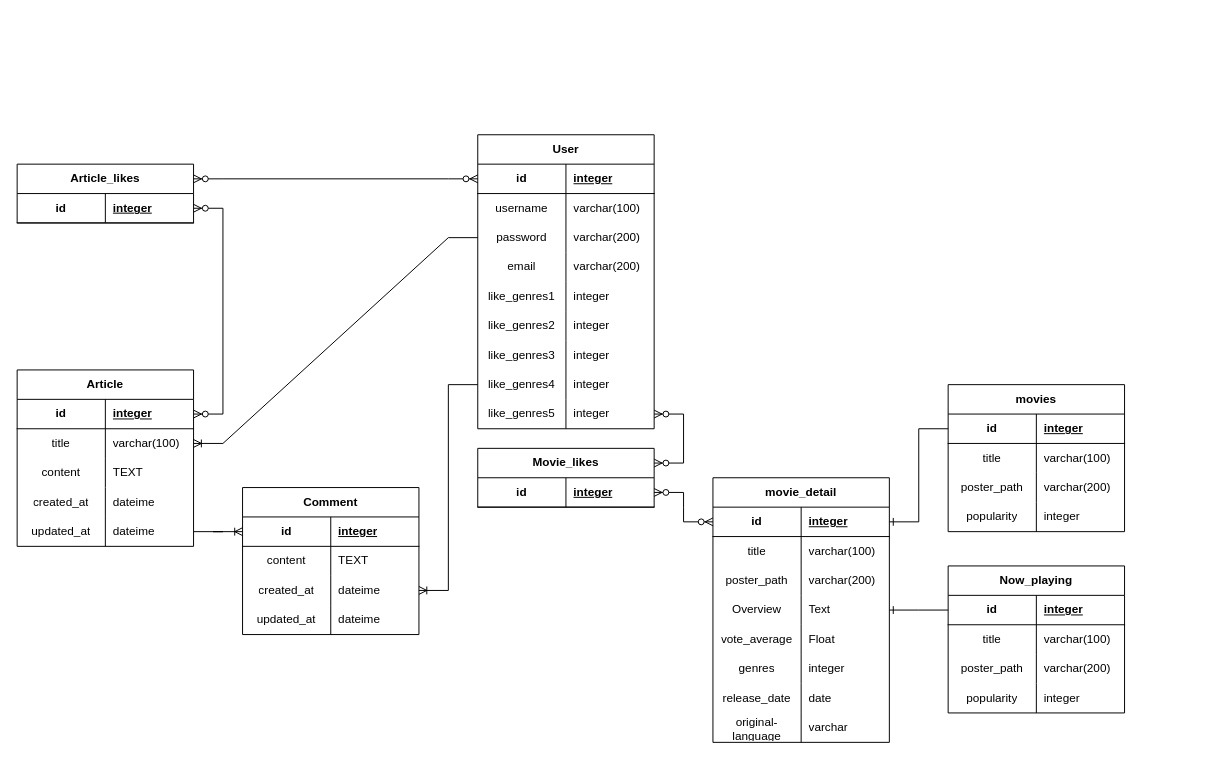
Above: 123.drawio in a184562/FinalProject (draw.io), before the change. Source tidied: cells renumbered, new cells numbered last; positions are measured from the earlier drawing's top-left corner, leaving out a move shared by most shapes. Both pictures are drawn from the tidied source at 98%, with x=0, y=0 at pixel (17, 134).
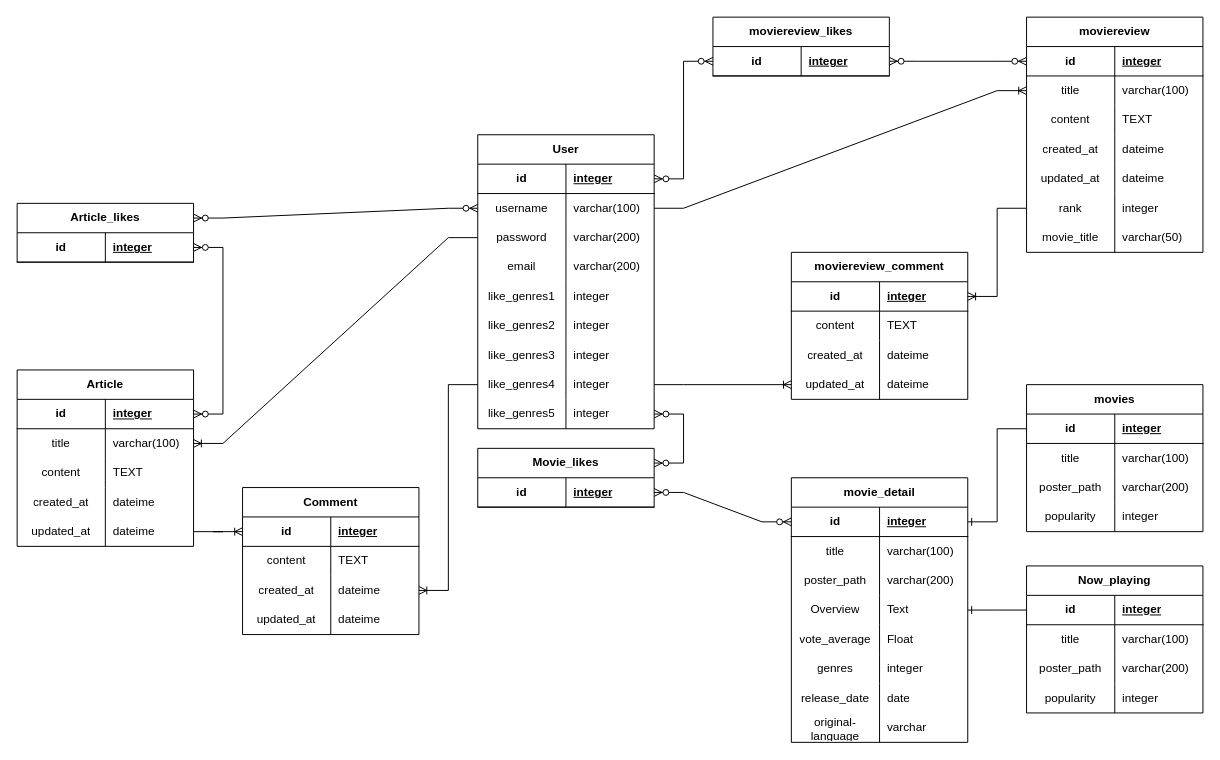
Above is the later version.

Unchanged cells that the change refers to:
```xml
<mxCell id="42" style="shape=tableRow;horizontal=0;startSize=0;swimlaneHead=0;swimlaneBody=0;fillColor=none;points=[[0,0.5],[1,0.5]];portConstraint=eastwest;top=0;left=0;right=0;bottom=1;html=1;strokeColor=default;fontFamily=Helvetica;fontSize=12;fontColor=default;" parent="41" vertex="1">
  <mxGeometry y="30" width="180" height="30" as="geometry" />
</mxCell>
<mxCell id="45" style="shape=tableRow;horizontal=0;startSize=0;swimlaneHead=0;swimlaneBody=0;fillColor=none;points=[[0,0.5],[1,0.5]];portConstraint=eastwest;top=0;left=0;right=0;bottom=0;html=1;strokeColor=default;fontFamily=Helvetica;fontSize=12;fontColor=default;" parent="41" vertex="1">
  <mxGeometry y="60" width="180" height="30" as="geometry" />
</mxCell>
<mxCell id="63" style="shape=tableRow;horizontal=0;startSize=0;swimlaneHead=0;swimlaneBody=0;fillColor=none;points=[[0,0.5],[1,0.5]];portConstraint=eastwest;top=0;left=0;right=0;bottom=0;html=1;strokeColor=default;fontFamily=Helvetica;fontSize=12;fontColor=default;" parent="41" vertex="1">
  <mxGeometry y="240" width="180" height="30" as="geometry" />
</mxCell>
```

What changed in the source:
```diff
@@
     <mxCell id="2" value="movies" style="shape=table;startSize=30;childLayout=tableLayout;rowLines=0;fontStyle=1;align=center;html=1;whiteSpace=wrap;strokeColor=default;fontFamily=Helvetica;fontSize=12;fontColor=default;fillColor=default;" parent="1" vertex="1">
-      <mxGeometry x="950" y="255" width="180" height="150" as="geometry" />
+      <mxGeometry x="1030" y="255" width="180" height="150" as="geometry" />
     </mxCell>
@@
     <mxCell id="15" value="movie_detail" style="shape=table;startSize=30;childLayout=tableLayout;rowLines=0;fontStyle=1;align=center;html=1;whiteSpace=wrap;strokeColor=default;fontFamily=Helvetica;fontSize=12;fontColor=default;fillColor=default;" parent="1" vertex="1">
-      <mxGeometry x="710" y="350" width="180" height="270" as="geometry" />
+      <mxGeometry x="790" y="350" width="180" height="270" as="geometry" />
     </mxCell>
@@
     <mxCell id="83" value="Article_likes" style="shape=table;startSize=30;childLayout=tableLayout;rowLines=0;fontStyle=1;align=center;html=1;whiteSpace=wrap;strokeColor=default;fontFamily=Helvetica;fontSize=12;fontColor=default;fillColor=default;" parent="1" vertex="1">
-      <mxGeometry y="30" width="180" height="60" as="geometry" />
+      <mxGeometry y="70" width="180" height="60" as="geometry" />
     </mxCell>
@@
     <mxCell id="92" value="Now_playing" style="shape=table;startSize=30;childLayout=tableLayout;rowLines=0;fontStyle=1;align=center;html=1;whiteSpace=wrap;strokeColor=default;fontFamily=Helvetica;fontSize=12;fontColor=default;fillColor=default;" parent="1" vertex="1">
-      <mxGeometry x="950" y="440" width="180" height="150" as="geometry" />
+      <mxGeometry x="1030" y="440" width="180" height="150" as="geometry" />
     </mxCell>
@@
-    <mxCell id="125" style="edgeStyle=entityRelationEdgeStyle;fontSize=12;html=1;endArrow=ERzeroToMany;endFill=1;startArrow=ERzeroToMany;rounded=0;labelBackgroundColor=default;strokeColor=default;fontFamily=Helvetica;fontColor=default;startSize=6;shape=connector;exitX=1;exitY=0.25;exitDx=0;exitDy=0;entryX=0;entryY=0.5;entryDx=0;entryDy=0;" parent="1" edge="1" source="83" target="42">
+    <mxCell id="125" style="edgeStyle=entityRelationEdgeStyle;fontSize=12;html=1;endArrow=ERzeroToMany;endFill=1;startArrow=ERzeroToMany;rounded=0;labelBackgroundColor=default;strokeColor=default;fontFamily=Helvetica;fontColor=default;startSize=6;shape=connector;exitX=1;exitY=0.25;exitDx=0;exitDy=0;entryX=0;entryY=0.5;entryDx=0;entryDy=0;" parent="1" edge="1" source="83" target="45">
       <mxGeometry relative="1" as="geometry" />
     </mxCell>
@@
+    <mxCell id="127" value="moviereview" style="shape=table;startSize=30;childLayout=tableLayout;rowLines=0;fontStyle=1;align=center;html=1;whiteSpace=wrap;strokeColor=default;fontFamily=Helvetica;fontSize=12;fontColor=default;fillColor=default;" parent="1" vertex="1">
+      <mxGeometry x="1030" y="-120" width="180" height="240" as="geometry" />
+    </mxCell>
+    <mxCell id="128" style="shape=tableRow;horizontal=0;startSize=0;swimlaneHead=0;swimlaneBody=0;fillColor=none;points=[[0,0.5],[1,0.5]];portConstraint=eastwest;top=0;left=0;right=0;bottom=1;html=1;strokeColor=default;fontFamily=Helvetica;fontSize=12;fontColor=default;" parent="127" vertex="1">
+      <mxGeometry y="30" width="180" height="30" as="geometry" />
+    </mxCell>
+    <mxCell id="129" value="id&lt;br&gt;" style="shape=partialRectangle;fillColor=none;top=0;left=0;bottom=0;right=0;fontStyle=1;overflow=hidden;html=1;whiteSpace=wrap;strokeColor=default;fontFamily=Helvetica;fontSize=12;fontColor=default;startSize=30;" parent="128" vertex="1">
+      <mxGeometry width="90" height="30" as="geometry" />
+    </mxCell>
+    <mxCell id="130" value="integer" style="shape=partialRectangle;fillColor=none;top=0;left=0;bottom=0;right=0;align=left;spacingLeft=6;fontStyle=5;overflow=hidden;html=1;whiteSpace=wrap;strokeColor=default;fontFamily=Helvetica;fontSize=12;fontColor=default;startSize=30;" parent="128" vertex="1">
+      <mxGeometry x="90" width="90" height="30" as="geometry" />
+    </mxCell>
+    <mxCell id="131" style="shape=tableRow;horizontal=0;startSize=0;swimlaneHead=0;swimlaneBody=0;fillColor=none;points=[[0,0.5],[1,0.5]];portConstraint=eastwest;top=0;left=0;right=0;bottom=0;html=1;strokeColor=default;fontFamily=Helvetica;fontSize=12;fontColor=default;" parent="127" vertex="1">
+      <mxGeometry y="60" width="180" height="30" as="geometry" />
+    </mxCell>
+    <mxCell id="132" value="title" style="shape=partialRectangle;fillColor=none;top=0;left=0;bottom=0;right=0;overflow=hidden;html=1;whiteSpace=wrap;strokeColor=default;fontFamily=Helvetica;fontSize=12;fontColor=default;startSize=30;" parent="131" vertex="1">
+      <mxGeometry width="90" height="30" as="geometry" />
+    </mxCell>
+    <mxCell id="133" value="varchar(100)" style="shape=partialRectangle;fillColor=none;top=0;left=0;bottom=0;right=0;align=left;spacingLeft=6;overflow=hidden;html=1;whiteSpace=wrap;strokeColor=default;fontFamily=Helvetica;fontSize=12;fontColor=default;startSize=30;" parent="131" vertex="1">
+      <mxGeometry x="90" width="90" height="30" as="geometry" />
+    </mxCell>
+    <mxCell id="134" style="shape=tableRow;horizontal=0;startSize=0;swimlaneHead=0;swimlaneBody=0;fillColor=none;top=0;left=0;right=0;bottom=0;html=1;strokeColor=default;fontFamily=Helvetica;fontSize=12;fontColor=default;" parent="127" vertex="1">
+      <mxGeometry y="90" width="180" height="30" as="geometry" />
+    </mxCell>
+    <mxCell id="135" value="content" style="shape=partialRectangle;fillColor=none;top=0;left=0;bottom=0;right=0;overflow=hidden;html=1;whiteSpace=wrap;strokeColor=default;fontFamily=Helvetica;fontSize=12;fontColor=default;startSize=30;" parent="134" vertex="1">
+      <mxGeometry width="90" height="30" as="geometry" />
+    </mxCell>
+    <mxCell id="136" value="TEXT" style="shape=partialRectangle;fillColor=none;top=0;left=0;bottom=0;right=0;align=left;spacingLeft=6;overflow=hidden;html=1;whiteSpace=wrap;strokeColor=default;fontFamily=Helvetica;fontSize=12;fontColor=default;startSize=30;" parent="134" vertex="1">
+      <mxGeometry x="90" width="90" height="30" as="geometry" />
+    </mxCell>
+    <mxCell id="137" style="shape=tableRow;horizontal=0;startSize=0;swimlaneHead=0;swimlaneBody=0;fillColor=none;top=0;left=0;right=0;bottom=0;html=1;strokeColor=default;fontFamily=Helvetica;fontSize=12;fontColor=default;" parent="127" vertex="1">
+      <mxGeometry y="120" width="180" height="30" as="geometry" />
+    </mxCell>
+    <mxCell id="138" value="created_at" style="shape=partialRectangle;fillColor=none;top=0;left=0;bottom=0;right=0;overflow=hidden;html=1;whiteSpace=wrap;strokeColor=default;fontFamily=Helvetica;fontSize=12;fontColor=default;startSize=30;" parent="137" vertex="1">
+      <mxGeometry width="90" height="30" as="geometry" />
+    </mxCell>
+    <mxCell id="139" value="dateime" style="shape=partialRectangle;fillColor=none;top=0;left=0;bottom=0;right=0;align=left;spacingLeft=6;overflow=hidden;html=1;whiteSpace=wrap;strokeColor=default;fontFamily=Helvetica;fontSize=12;fontColor=default;startSize=30;" parent="137" vertex="1">
+      <mxGeometry x="90" width="90" height="30" as="geometry" />
+    </mxCell>
+    <mxCell id="140" style="shape=tableRow;horizontal=0;startSize=0;swimlaneHead=0;swimlaneBody=0;fillColor=none;top=0;left=0;right=0;bottom=0;html=1;strokeColor=default;fontFamily=Helvetica;fontSize=12;fontColor=default;" parent="127" vertex="1">
+      <mxGeometry y="150" width="180" height="30" as="geometry" />
+    </mxCell>
+    <mxCell id="141" value="updated_at" style="shape=partialRectangle;fillColor=none;top=0;left=0;bottom=0;right=0;overflow=hidden;html=1;whiteSpace=wrap;strokeColor=default;fontFamily=Helvetica;fontSize=12;fontColor=default;startSize=30;" parent="140" vertex="1">
+      <mxGeometry width="90" height="30" as="geometry" />
+    </mxCell>
+    <mxCell id="142" value="dateime" style="shape=partialRectangle;fillColor=none;top=0;left=0;bottom=0;right=0;align=left;spacingLeft=6;overflow=hidden;html=1;whiteSpace=wrap;strokeColor=default;fontFamily=Helvetica;fontSize=12;fontColor=default;startSize=30;" parent="140" vertex="1">
+      <mxGeometry x="90" width="90" height="30" as="geometry" />
+    </mxCell>
+    <mxCell id="143" style="shape=tableRow;horizontal=0;startSize=0;swimlaneHead=0;swimlaneBody=0;fillColor=none;points=[[0,0.5],[1,0.5]];portConstraint=eastwest;top=0;left=0;right=0;bottom=0;html=1;strokeColor=default;fontFamily=Helvetica;fontSize=12;fontColor=default;" parent="127" vertex="1">
+      <mxGeometry y="180" width="180" height="30" as="geometry" />
+    </mxCell>
+    <mxCell id="144" value="rank" style="shape=partialRectangle;fillColor=none;top=0;left=0;bottom=0;right=0;overflow=hidden;html=1;whiteSpace=wrap;strokeColor=default;fontFamily=Helvetica;fontSize=12;fontColor=default;startSize=30;" parent="143" vertex="1">
+      <mxGeometry width="90" height="30" as="geometry" />
+    </mxCell>
+    <mxCell id="145" value="integer" style="shape=partialRectangle;fillColor=none;top=0;left=0;bottom=0;right=0;align=left;spacingLeft=6;overflow=hidden;html=1;whiteSpace=wrap;strokeColor=default;fontFamily=Helvetica;fontSize=12;fontColor=default;startSize=30;" parent="143" vertex="1">
+      <mxGeometry x="90" width="90" height="30" as="geometry" />
+    </mxCell>
+    <mxCell id="146" style="shape=tableRow;horizontal=0;startSize=0;swimlaneHead=0;swimlaneBody=0;fillColor=none;top=0;left=0;right=0;bottom=0;html=1;strokeColor=default;fontFamily=Helvetica;fontSize=12;fontColor=default;" parent="127" vertex="1">
+      <mxGeometry y="210" width="180" height="30" as="geometry" />
+    </mxCell>
+    <mxCell id="147" value="movie_title" style="shape=partialRectangle;fillColor=none;top=0;left=0;bottom=0;right=0;overflow=hidden;html=1;whiteSpace=wrap;strokeColor=default;fontFamily=Helvetica;fontSize=12;fontColor=default;startSize=30;" parent="146" vertex="1">
+      <mxGeometry width="90" height="30" as="geometry" />
+    </mxCell>
+    <mxCell id="148" value="varchar(50)" style="shape=partialRectangle;fillColor=none;top=0;left=0;bottom=0;right=0;align=left;spacingLeft=6;overflow=hidden;html=1;whiteSpace=wrap;strokeColor=default;fontFamily=Helvetica;fontSize=12;fontColor=default;startSize=30;" parent="146" vertex="1">
+      <mxGeometry x="90" width="90" height="30" as="geometry" />
+    </mxCell>
+    <mxCell id="149" value="moviereview_comment" style="shape=table;startSize=30;childLayout=tableLayout;rowLines=0;fontStyle=1;align=center;html=1;whiteSpace=wrap;strokeColor=default;fontFamily=Helvetica;fontSize=12;fontColor=default;fillColor=default;" parent="1" vertex="1">
+      <mxGeometry x="790" y="120" width="180" height="150" as="geometry" />
+    </mxCell>
+    <mxCell id="150" style="shape=tableRow;horizontal=0;startSize=0;swimlaneHead=0;swimlaneBody=0;fillColor=none;points=[[0,0.5],[1,0.5]];portConstraint=eastwest;top=0;left=0;right=0;bottom=1;html=1;strokeColor=default;fontFamily=Helvetica;fontSize=12;fontColor=default;" parent="149" vertex="1">
+      <mxGeometry y="30" width="180" height="30" as="geometry" />
+    </mxCell>
+    <mxCell id="151" value="id&lt;br&gt;" style="shape=partialRectangle;fillColor=none;top=0;left=0;bottom=0;right=0;fontStyle=1;overflow=hidden;html=1;whiteSpace=wrap;strokeColor=default;fontFamily=Helvetica;fontSize=12;fontColor=default;startSize=30;" parent="150" vertex="1">
+      <mxGeometry width="90" height="30" as="geometry" />
+    </mxCell>
+    <mxCell id="152" value="integer" style="shape=partialRectangle;fillColor=none;top=0;left=0;bottom=0;right=0;align=left;spacingLeft=6;fontStyle=5;overflow=hidden;html=1;whiteSpace=wrap;strokeColor=default;fontFamily=Helvetica;fontSize=12;fontColor=default;startSize=30;" parent="150" vertex="1">
+      <mxGeometry x="90" width="90" height="30" as="geometry" />
+    </mxCell>
+    <mxCell id="153" style="shape=tableRow;horizontal=0;startSize=0;swimlaneHead=0;swimlaneBody=0;fillColor=none;top=0;left=0;right=0;bottom=0;html=1;strokeColor=default;fontFamily=Helvetica;fontSize=12;fontColor=default;" parent="149" vertex="1">
+      <mxGeometry y="60" width="180" height="30" as="geometry" />
+    </mxCell>
+    <mxCell id="154" value="content" style="shape=partialRectangle;fillColor=none;top=0;left=0;bottom=0;right=0;overflow=hidden;html=1;whiteSpace=wrap;strokeColor=default;fontFamily=Helvetica;fontSize=12;fontColor=default;startSize=30;" parent="153" vertex="1">
+      <mxGeometry width="90" height="30" as="geometry" />
+    </mxCell>
+    <mxCell id="155" value="TEXT" style="shape=partialRectangle;fillColor=none;top=0;left=0;bottom=0;right=0;align=left;spacingLeft=6;overflow=hidden;html=1;whiteSpace=wrap;strokeColor=default;fontFamily=Helvetica;fontSize=12;fontColor=default;startSize=30;" parent="153" vertex="1">
+      <mxGeometry x="90" width="90" height="30" as="geometry" />
+    </mxCell>
+    <mxCell id="156" style="shape=tableRow;horizontal=0;startSize=0;swimlaneHead=0;swimlaneBody=0;fillColor=none;top=0;left=0;right=0;bottom=0;html=1;strokeColor=default;fontFamily=Helvetica;fontSize=12;fontColor=default;" parent="149" vertex="1">
+      <mxGeometry y="90" width="180" height="30" as="geometry" />
+    </mxCell>
+    <mxCell id="157" value="created_at" style="shape=partialRectangle;fillColor=none;top=0;left=0;bottom=0;right=0;overflow=hidden;html=1;whiteSpace=wrap;strokeColor=default;fontFamily=Helvetica;fontSize=12;fontColor=default;startSize=30;" parent="156" vertex="1">
+      <mxGeometry width="90" height="30" as="geometry" />
+    </mxCell>
+    <mxCell id="158" value="dateime" style="shape=partialRectangle;fillColor=none;top=0;left=0;bottom=0;right=0;align=left;spacingLeft=6;overflow=hidden;html=1;whiteSpace=wrap;strokeColor=default;fontFamily=Helvetica;fontSize=12;fontColor=default;startSize=30;" parent="156" vertex="1">
+      <mxGeometry x="90" width="90" height="30" as="geometry" />
+    </mxCell>
+    <mxCell id="159" style="shape=tableRow;horizontal=0;startSize=0;swimlaneHead=0;swimlaneBody=0;fillColor=none;points=[[0,0.5],[1,0.5]];portConstraint=eastwest;top=0;left=0;right=0;bottom=0;html=1;strokeColor=default;fontFamily=Helvetica;fontSize=12;fontColor=default;" parent="149" vertex="1">
+      <mxGeometry y="120" width="180" height="30" as="geometry" />
+    </mxCell>
+    <mxCell id="160" value="updated_at" style="shape=partialRectangle;fillColor=none;top=0;left=0;bottom=0;right=0;overflow=hidden;html=1;whiteSpace=wrap;strokeColor=default;fontFamily=Helvetica;fontSize=12;fontColor=default;startSize=30;" parent="159" vertex="1">
+      <mxGeometry width="90" height="30" as="geometry" />
+    </mxCell>
+    <mxCell id="161" value="dateime" style="shape=partialRectangle;fillColor=none;top=0;left=0;bottom=0;right=0;align=left;spacingLeft=6;overflow=hidden;html=1;whiteSpace=wrap;strokeColor=default;fontFamily=Helvetica;fontSize=12;fontColor=default;startSize=30;" parent="159" vertex="1">
+      <mxGeometry x="90" width="90" height="30" as="geometry" />
+    </mxCell>
+    <mxCell id="162" value="moviereview_likes" style="shape=table;startSize=30;childLayout=tableLayout;rowLines=0;fontStyle=1;align=center;html=1;whiteSpace=wrap;strokeColor=default;fontFamily=Helvetica;fontSize=12;fontColor=default;fillColor=default;" parent="1" vertex="1">
+      <mxGeometry x="710" y="-120" width="180" height="60" as="geometry" />
+    </mxCell>
+    <mxCell id="163" style="shape=tableRow;horizontal=0;startSize=0;swimlaneHead=0;swimlaneBody=0;fillColor=none;points=[[0,0.5],[1,0.5]];portConstraint=eastwest;top=0;left=0;right=0;bottom=1;html=1;strokeColor=default;fontFamily=Helvetica;fontSize=12;fontColor=default;" parent="162" vertex="1">
+      <mxGeometry y="30" width="180" height="30" as="geometry" />
+    </mxCell>
+    <mxCell id="164" value="id&lt;br&gt;" style="shape=partialRectangle;fillColor=none;top=0;left=0;bottom=0;right=0;fontStyle=1;overflow=hidden;html=1;whiteSpace=wrap;strokeColor=default;fontFamily=Helvetica;fontSize=12;fontColor=default;startSize=30;" parent="163" vertex="1">
+      <mxGeometry width="90" height="30" as="geometry" />
+    </mxCell>
+    <mxCell id="165" value="integer" style="shape=partialRectangle;fillColor=none;top=0;left=0;bottom=0;right=0;align=left;spacingLeft=6;fontStyle=5;overflow=hidden;html=1;whiteSpace=wrap;strokeColor=default;fontFamily=Helvetica;fontSize=12;fontColor=default;startSize=30;" parent="163" vertex="1">
+      <mxGeometry x="90" width="90" height="30" as="geometry" />
+    </mxCell>
+    <mxCell id="166" style="edgeStyle=entityRelationEdgeStyle;fontSize=12;html=1;endArrow=ERoneToMany;rounded=0;labelBackgroundColor=default;strokeColor=default;fontFamily=Helvetica;fontColor=default;startSize=30;shape=connector;exitX=1;exitY=0.5;exitDx=0;exitDy=0;entryX=0;entryY=0.5;entryDx=0;entryDy=0;" parent="1" edge="1" source="45" target="131">
+      <mxGeometry relative="1" as="geometry" />
+    </mxCell>
+    <mxCell id="167" style="edgeStyle=entityRelationEdgeStyle;fontSize=12;html=1;endArrow=ERzeroToMany;endFill=1;startArrow=ERzeroToMany;rounded=0;labelBackgroundColor=default;strokeColor=default;fontFamily=Helvetica;fontColor=default;startSize=6;shape=connector;exitX=1;exitY=0.5;exitDx=0;exitDy=0;entryX=0;entryY=0.5;entryDx=0;entryDy=0;" parent="1" edge="1" source="42" target="163">
+      <mxGeometry relative="1" as="geometry" />
+    </mxCell>
+    <mxCell id="168" style="edgeStyle=entityRelationEdgeStyle;fontSize=12;html=1;endArrow=ERzeroToMany;endFill=1;startArrow=ERzeroToMany;rounded=0;labelBackgroundColor=default;strokeColor=default;fontFamily=Helvetica;fontColor=default;startSize=6;shape=connector;exitX=0;exitY=0.5;exitDx=0;exitDy=0;entryX=1;entryY=0.5;entryDx=0;entryDy=0;" parent="1" edge="1" source="128" target="163">
+      <mxGeometry relative="1" as="geometry" />
+    </mxCell>
+    <mxCell id="169" style="edgeStyle=entityRelationEdgeStyle;fontSize=12;html=1;endArrow=ERoneToMany;rounded=0;labelBackgroundColor=default;strokeColor=default;fontFamily=Helvetica;fontColor=default;startSize=30;shape=connector;exitX=1;exitY=0.5;exitDx=0;exitDy=0;entryX=0;entryY=0.5;entryDx=0;entryDy=0;" parent="1" edge="1" source="63" target="159">
+      <mxGeometry relative="1" as="geometry" />
+    </mxCell>
+    <mxCell id="170" style="edgeStyle=entityRelationEdgeStyle;fontSize=12;html=1;endArrow=ERoneToMany;rounded=0;labelBackgroundColor=default;strokeColor=default;fontFamily=Helvetica;fontColor=default;startSize=30;shape=connector;exitX=0;exitY=0.5;exitDx=0;exitDy=0;entryX=1;entryY=0.5;entryDx=0;entryDy=0;" parent="1" edge="1" source="143" target="150">
+      <mxGeometry relative="1" as="geometry" />
+    </mxCell>
```
